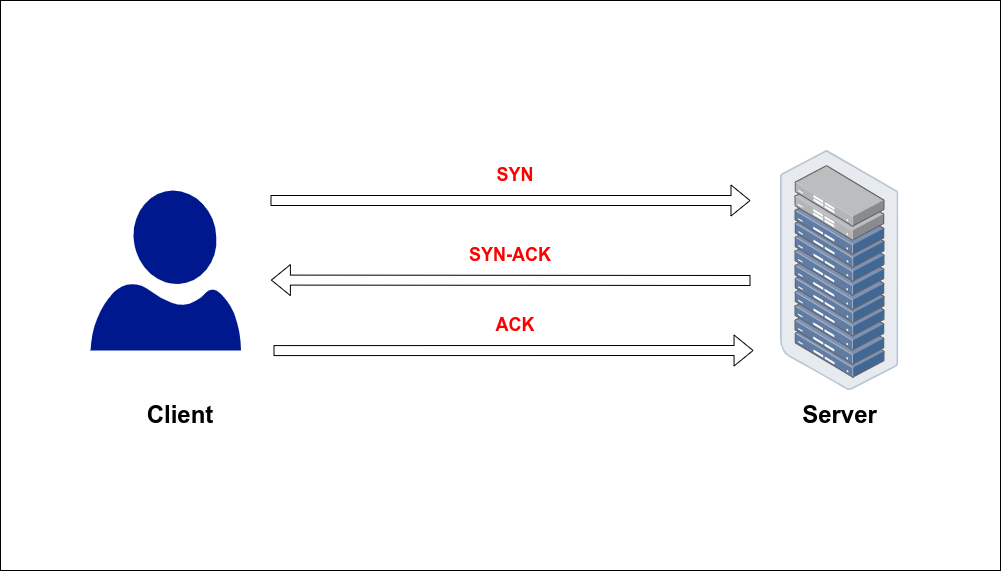
Earlier version of the draw.io export Untitled Diagram.drawio.png (Aswin-Vijayan/diagram). Source tidied: cells renumbered, new cells last; positions are measured from the earlier drawing's top-left corner, leaving out a move shared by most shapes.
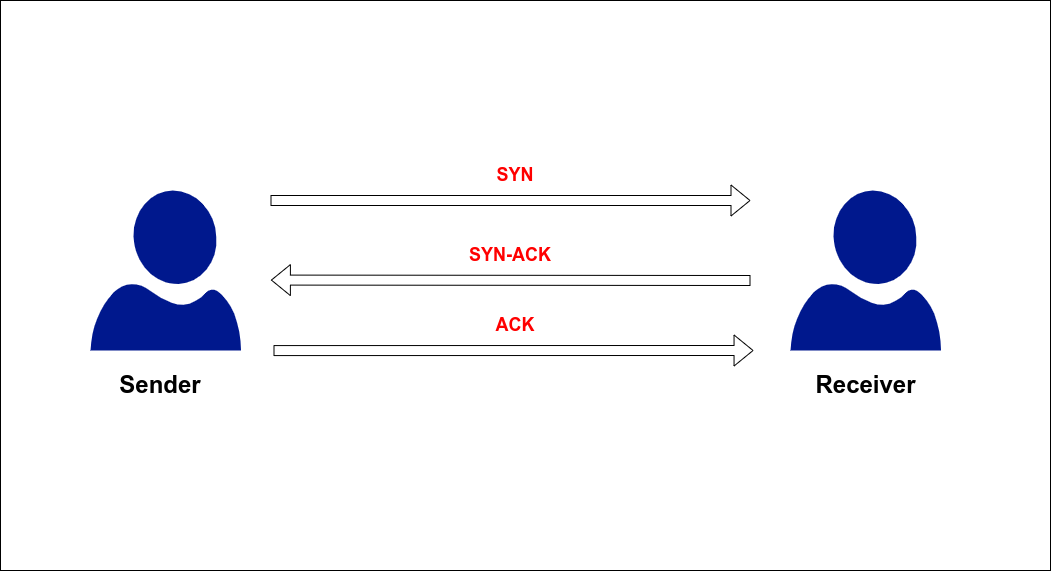
Later version of the same file.

What changed in the source:
```diff
@@ -3,19 +3,16 @@
     <mxCell id="0" />
     <mxCell id="1" parent="0" />
     <mxCell id="2" style="rounded=0;whiteSpace=wrap;html=1;" parent="1" vertex="1">
-      <mxGeometry width="1000" height="570" as="geometry" />
+      <mxGeometry width="1050" height="570" as="geometry" />
     </mxCell>
     <mxCell id="3" style="sketch=0;shadow=0;dashed=0;html=1;strokeColor=none;labelPosition=center;verticalLabelPosition=bottom;verticalAlign=top;align=center;fillColor=#00188D;shape=mxgraph.azure.user;" parent="1" vertex="1">
       <mxGeometry x="90" y="190" width="150.4" height="160" as="geometry" />
     </mxCell>
-    <mxCell id="4" style="html=1;align=center;shadow=0;dashed=0;image;image=img/lib/allied_telesis/storage/Datacenter_Server_Rack_ToR.svg;" parent="1" vertex="1">
-      <mxGeometry x="780" y="150" width="118.4" height="240" as="geometry" />
-    </mxCell>
-    <mxCell id="5" value="&lt;font style=&quot;font-size: 24px;&quot;&gt;&lt;b&gt;Client&lt;/b&gt;&lt;/font&gt;" style="text;html=1;strokeColor=none;fillColor=none;align=center;verticalAlign=middle;whiteSpace=wrap;rounded=0;" parent="1" vertex="1">
-      <mxGeometry x="140" y="400" width="80" height="30" as="geometry" />
+    <mxCell id="5" value="&lt;font style=&quot;font-size: 24px;&quot;&gt;&lt;b&gt;Sender&lt;/b&gt;&lt;/font&gt;" style="text;html=1;strokeColor=none;fillColor=none;align=center;verticalAlign=middle;whiteSpace=wrap;rounded=0;" parent="1" vertex="1">
+      <mxGeometry x="120" y="370" width="80" height="30" as="geometry" />
     </mxCell>
-    <mxCell id="6" value="&lt;font style=&quot;font-size: 24px;&quot;&gt;&lt;b&gt;Server&lt;/b&gt;&lt;/font&gt;" style="text;html=1;strokeColor=none;fillColor=none;align=center;verticalAlign=middle;whiteSpace=wrap;rounded=0;" parent="1" vertex="1">
-      <mxGeometry x="798.8" y="400" width="80.8" height="30" as="geometry" />
+    <mxCell id="6" value="&lt;font style=&quot;font-size: 24px;&quot;&gt;&lt;b&gt;Receiver&lt;/b&gt;&lt;/font&gt;" style="text;html=1;strokeColor=none;fillColor=none;align=center;verticalAlign=middle;whiteSpace=wrap;rounded=0;" parent="1" vertex="1">
+      <mxGeometry x="824.8" y="370" width="80.8" height="30" as="geometry" />
     </mxCell>
     <mxCell id="7" style="shape=flexArrow;endArrow=classic;html=1;rounded=0;" parent="1" edge="1">
       <mxGeometry relative="1" as="geometry">
@@ -44,5 +41,8 @@
     <mxCell id="12" value="&lt;b&gt;ACK&lt;/b&gt;" style="text;html=1;strokeColor=none;fillColor=none;align=center;verticalAlign=middle;whiteSpace=wrap;rounded=0;fontSize=18;fontColor=#FF0000;" parent="1" vertex="1">
       <mxGeometry x="465" y="310" width="100" height="30" as="geometry" />
     </mxCell>
+    <mxCell id="13" style="sketch=0;shadow=0;dashed=0;html=1;strokeColor=none;labelPosition=center;verticalLabelPosition=bottom;verticalAlign=top;align=center;fillColor=#00188D;shape=mxgraph.azure.user;" parent="1" vertex="1">
+      <mxGeometry x="790" y="190" width="150.4" height="160" as="geometry" />
+    </mxCell>
   </root>
 </mxGraphModel>
```
